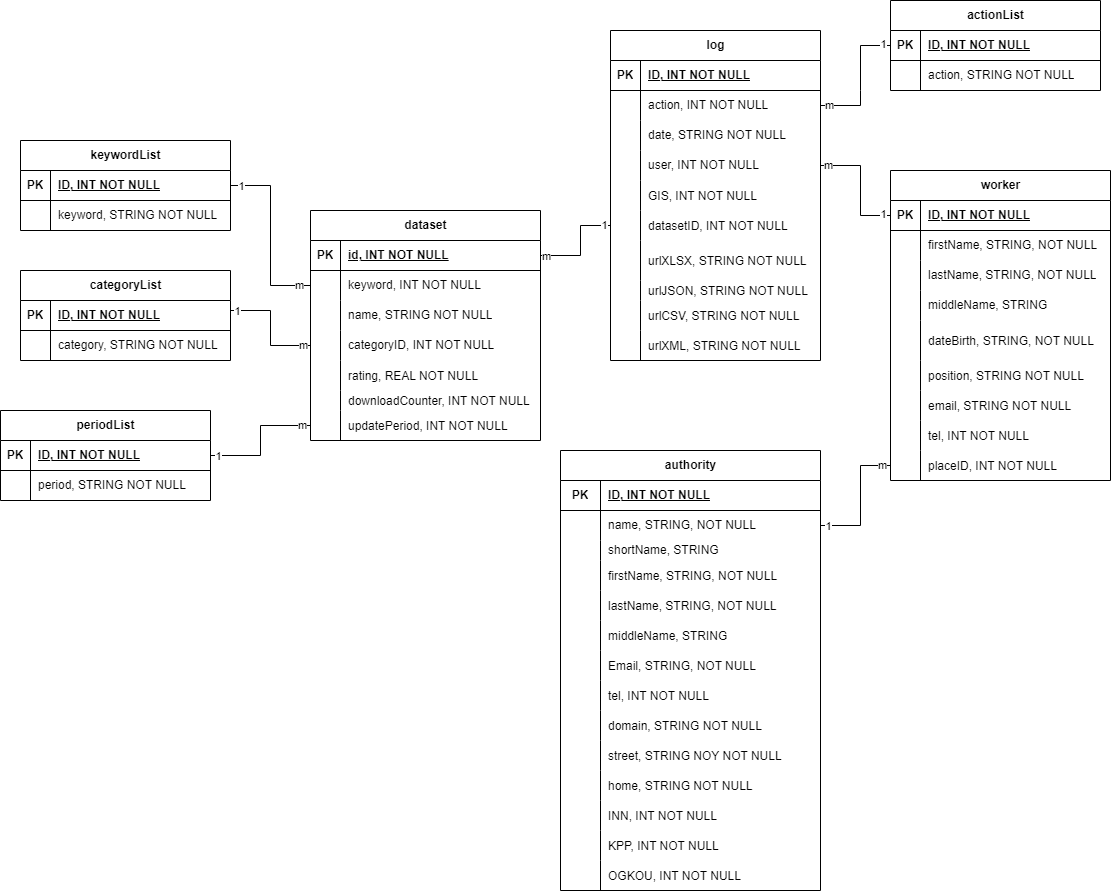
Above: даталогическая модель.png in n0kse/shumskiiIN_kursovaya (draw.io), before the change. Source tidied: cells renumbered, new cells last; positions are measured from the earlier drawing's top-left corner, leaving out a move shared by most shapes.
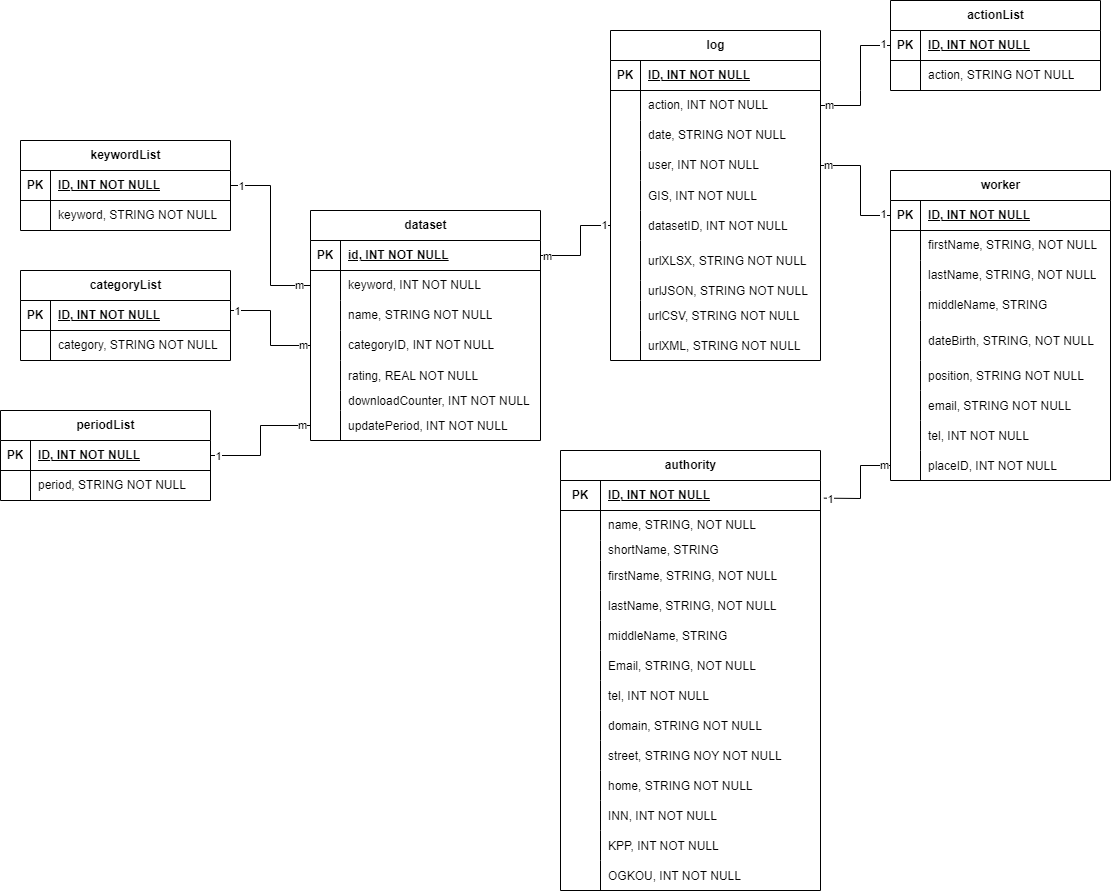
After the commit.

Commit message:
исправление связи authority и worker

Change to the diagram source:
```diff
@@ -530,10 +530,10 @@
     <mxCell id="168" value="m" style="edgeLabel;html=1;align=center;verticalAlign=middle;" parent="166" vertex="1">
       <mxGeometry x="0.87" relative="1" as="geometry" />
     </mxCell>
-    <mxCell id="169" style="endArrow=none;html=1;rounded=0;exitX=1;exitY=0.5;exitDx=0;exitDy=0;entryX=0;entryY=0.5;entryDx=0;entryDy=0;" parent="1" edge="1" source="6" target="70">
+    <mxCell id="169" style="endArrow=none;html=1;rounded=0;exitX=1.013;exitY=0.588;exitDx=0;exitDy=0;entryX=0;entryY=0.5;entryDx=0;entryDy=0;exitPerimeter=0;" parent="1" edge="1" source="3" target="70">
       <mxGeometry relative="1" as="geometry">
         <Array as="points">
-          <mxPoint x="860" y="525" />
+          <mxPoint x="860" y="498" />
           <mxPoint x="860" y="465" />
         </Array>
       </mxGeometry>
```
